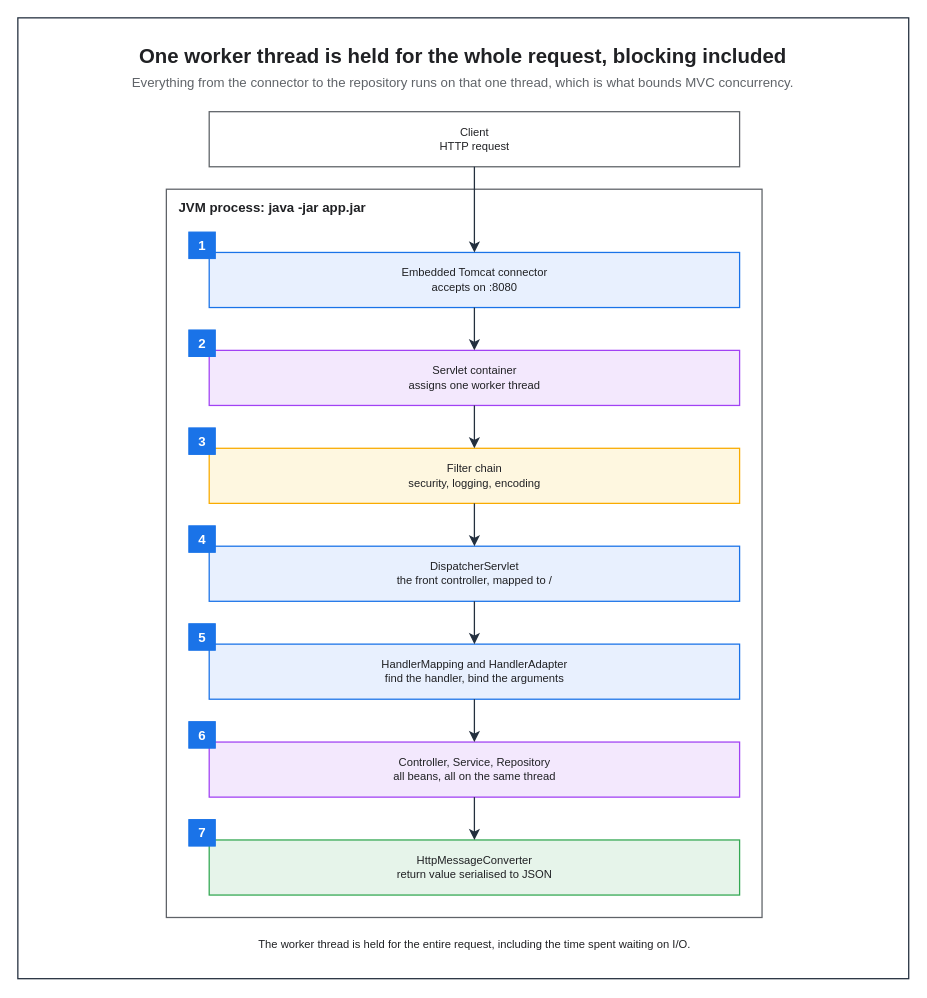
Above: assets/img/spring/spring-01-request-flow.drawio in KKamJi98/kkamji98.github.io (draw.io), before the change. Source tidied: cells renumbered, new cells numbered last; positions are measured from the earlier drawing's top-left corner, leaving out a move shared by most shapes. Both pictures are drawn from the tidied source at 102%, with x=0, y=0 at pixel (17, 17).
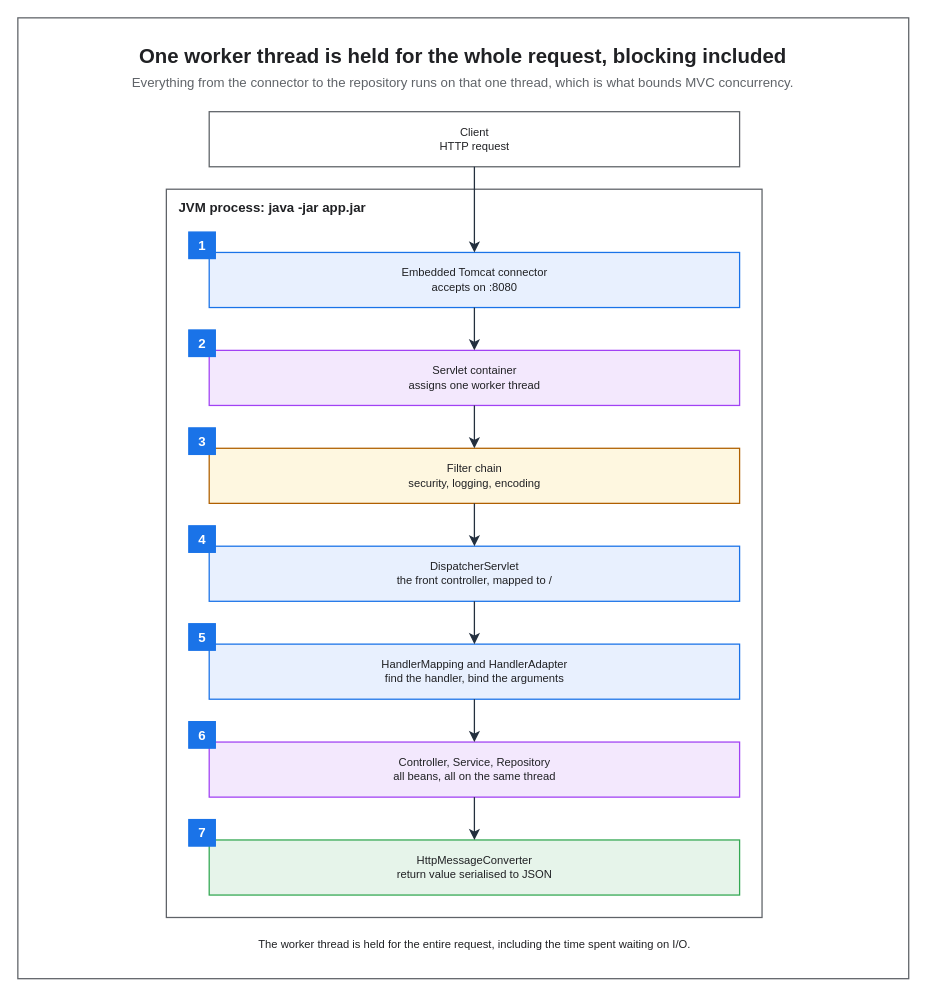
The same diagram, later.

What changed in the source:
```diff
@@
-    <mxCell id="2" style="rounded=0;html=0;fillColor=none;strokeColor=#232F3E;fontColor=#202124;strokeWidth=1.25;" parent="1" vertex="1">
+    <mxCell id="2" style="rounded=0;html=0;fillColor=none;strokeColor=#5F6368;fontColor=#202124;strokeWidth=1.25;" parent="1" vertex="1">
       <mxGeometry width="873.4" height="942" as="geometry" />
     </mxCell>
@@
-    <mxCell id="9" value="Filter chain&#10;security, logging, encoding" style="rounded=0;whiteSpace=wrap;html=0;fillColor=#FEF7E0;strokeColor=#F9AB00;fontColor=#202124;fontSize=11;fontStyle=0;align=center;verticalAlign=middle;spacingLeft=6;spacingRight=6;strokeWidth=1.25;" parent="1" vertex="1">
+    <mxCell id="9" value="Filter chain&#10;security, logging, encoding" style="rounded=0;whiteSpace=wrap;html=0;fillColor=#FEF7E0;strokeColor=#B06000;fontColor=#202124;fontSize=11;fontStyle=0;align=center;verticalAlign=middle;spacingLeft=6;spacingRight=6;strokeWidth=1.25;" parent="1" vertex="1">
       <mxGeometry x="187.6" y="422" width="520" height="54" as="geometry" />
     </mxCell>
@@
-    <mxCell id="15" value="1" style="rounded=0;whiteSpace=wrap;html=0;fillColor=#1A73E8;strokeColor=#1A73E8;fontColor=#FFFFFF;fontSize=13;fontStyle=1;align=center;verticalAlign=middle;" parent="1" vertex="1">
+    <mxCell id="15" value="1" style="rounded=0;whiteSpace=wrap;html=0;fillColor=#1A73E8;strokeColor=#1A73E8;fontColor=#FFFFFF;fontSize=13;fontStyle=1;align=center;verticalAlign=middle;strokeWidth=1.25;" parent="1" vertex="1">
       <mxGeometry x="167.6" y="210" width="26" height="26" as="geometry" />
     </mxCell>
-    <mxCell id="16" value="2" style="rounded=0;whiteSpace=wrap;html=0;fillColor=#1A73E8;strokeColor=#1A73E8;fontColor=#FFFFFF;fontSize=13;fontStyle=1;align=center;verticalAlign=middle;" parent="1" vertex="1">
+    <mxCell id="16" value="2" style="rounded=0;whiteSpace=wrap;html=0;fillColor=#1A73E8;strokeColor=#1A73E8;fontColor=#FFFFFF;fontSize=13;fontStyle=1;align=center;verticalAlign=middle;strokeWidth=1.25;" parent="1" vertex="1">
       <mxGeometry x="167.6" y="306" width="26" height="26" as="geometry" />
     </mxCell>
-    <mxCell id="17" value="3" style="rounded=0;whiteSpace=wrap;html=0;fillColor=#1A73E8;strokeColor=#1A73E8;fontColor=#FFFFFF;fontSize=13;fontStyle=1;align=center;verticalAlign=middle;" parent="1" vertex="1">
+    <mxCell id="17" value="3" style="rounded=0;whiteSpace=wrap;html=0;fillColor=#1A73E8;strokeColor=#1A73E8;fontColor=#FFFFFF;fontSize=13;fontStyle=1;align=center;verticalAlign=middle;strokeWidth=1.25;" parent="1" vertex="1">
       <mxGeometry x="167.6" y="402" width="26" height="26" as="geometry" />
     </mxCell>
-    <mxCell id="18" value="4" style="rounded=0;whiteSpace=wrap;html=0;fillColor=#1A73E8;strokeColor=#1A73E8;fontColor=#FFFFFF;fontSize=13;fontStyle=1;align=center;verticalAlign=middle;" parent="1" vertex="1">
+    <mxCell id="18" value="4" style="rounded=0;whiteSpace=wrap;html=0;fillColor=#1A73E8;strokeColor=#1A73E8;fontColor=#FFFFFF;fontSize=13;fontStyle=1;align=center;verticalAlign=middle;strokeWidth=1.25;" parent="1" vertex="1">
       <mxGeometry x="167.6" y="498" width="26" height="26" as="geometry" />
     </mxCell>
-    <mxCell id="19" value="5" style="rounded=0;whiteSpace=wrap;html=0;fillColor=#1A73E8;strokeColor=#1A73E8;fontColor=#FFFFFF;fontSize=13;fontStyle=1;align=center;verticalAlign=middle;" parent="1" vertex="1">
+    <mxCell id="19" value="5" style="rounded=0;whiteSpace=wrap;html=0;fillColor=#1A73E8;strokeColor=#1A73E8;fontColor=#FFFFFF;fontSize=13;fontStyle=1;align=center;verticalAlign=middle;strokeWidth=1.25;" parent="1" vertex="1">
       <mxGeometry x="167.6" y="594" width="26" height="26" as="geometry" />
     </mxCell>
-    <mxCell id="20" value="6" style="rounded=0;whiteSpace=wrap;html=0;fillColor=#1A73E8;strokeColor=#1A73E8;fontColor=#FFFFFF;fontSize=13;fontStyle=1;align=center;verticalAlign=middle;" parent="1" vertex="1">
+    <mxCell id="20" value="6" style="rounded=0;whiteSpace=wrap;html=0;fillColor=#1A73E8;strokeColor=#1A73E8;fontColor=#FFFFFF;fontSize=13;fontStyle=1;align=center;verticalAlign=middle;strokeWidth=1.25;" parent="1" vertex="1">
       <mxGeometry x="167.6" y="690" width="26" height="26" as="geometry" />
     </mxCell>
-    <mxCell id="21" value="7" style="rounded=0;whiteSpace=wrap;html=0;fillColor=#1A73E8;strokeColor=#1A73E8;fontColor=#FFFFFF;fontSize=13;fontStyle=1;align=center;verticalAlign=middle;" parent="1" vertex="1">
+    <mxCell id="21" value="7" style="rounded=0;whiteSpace=wrap;html=0;fillColor=#1A73E8;strokeColor=#1A73E8;fontColor=#FFFFFF;fontSize=13;fontStyle=1;align=center;verticalAlign=middle;strokeWidth=1.25;" parent="1" vertex="1">
       <mxGeometry x="167.6" y="786" width="26" height="26" as="geometry" />
     </mxCell>
```
